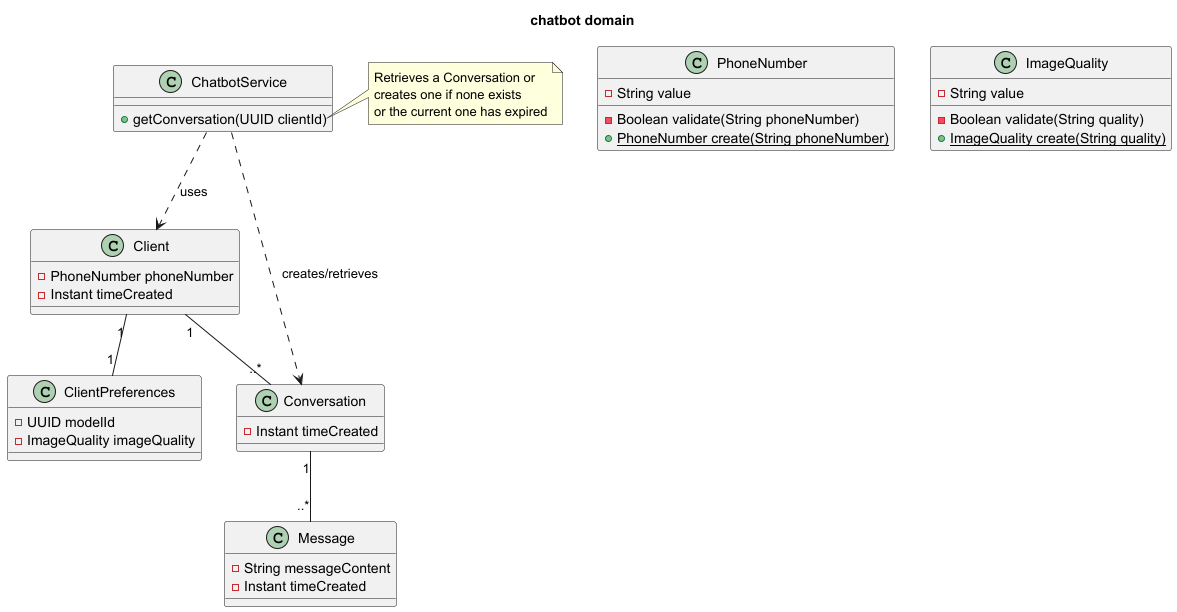
Earlier version of the PlantUML export docs/uml/domain-modelling/images/chatbot_domain.png (pondem87/medulla2j).
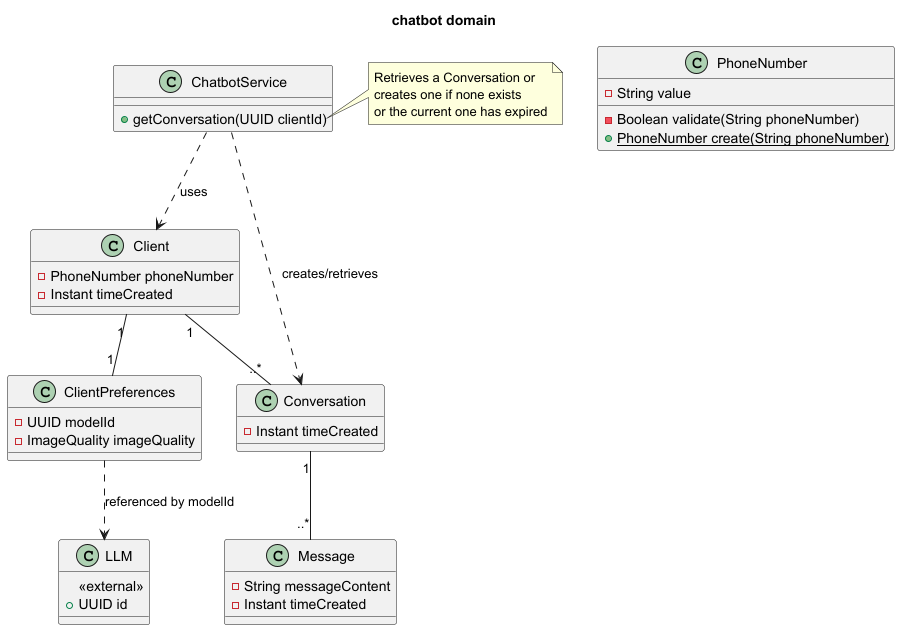
Later version of the same file.

Commit message:
subscription domain

Diff of the diagram source:
```diff
@@ -26,12 +26,6 @@
     {static}+PhoneNumber create(String phoneNumber)
 }
 
-class ImageQuality {
-    -String value
-    -Boolean validate(String quality)
-    {static}+ImageQuality create(String quality)
-}
-
 class ChatbotService {
     +getConversation(UUID clientId)
 }
@@ -49,4 +43,12 @@
 ChatbotService ..> Client : uses
 ChatbotService ..> Conversation : creates/retrieves
 
+
+class LLM {
+    <<external>>
+    +UUID id
+}
+
+ClientPreferences ..> LLM : referenced by modelId
+
 @enduml
```
